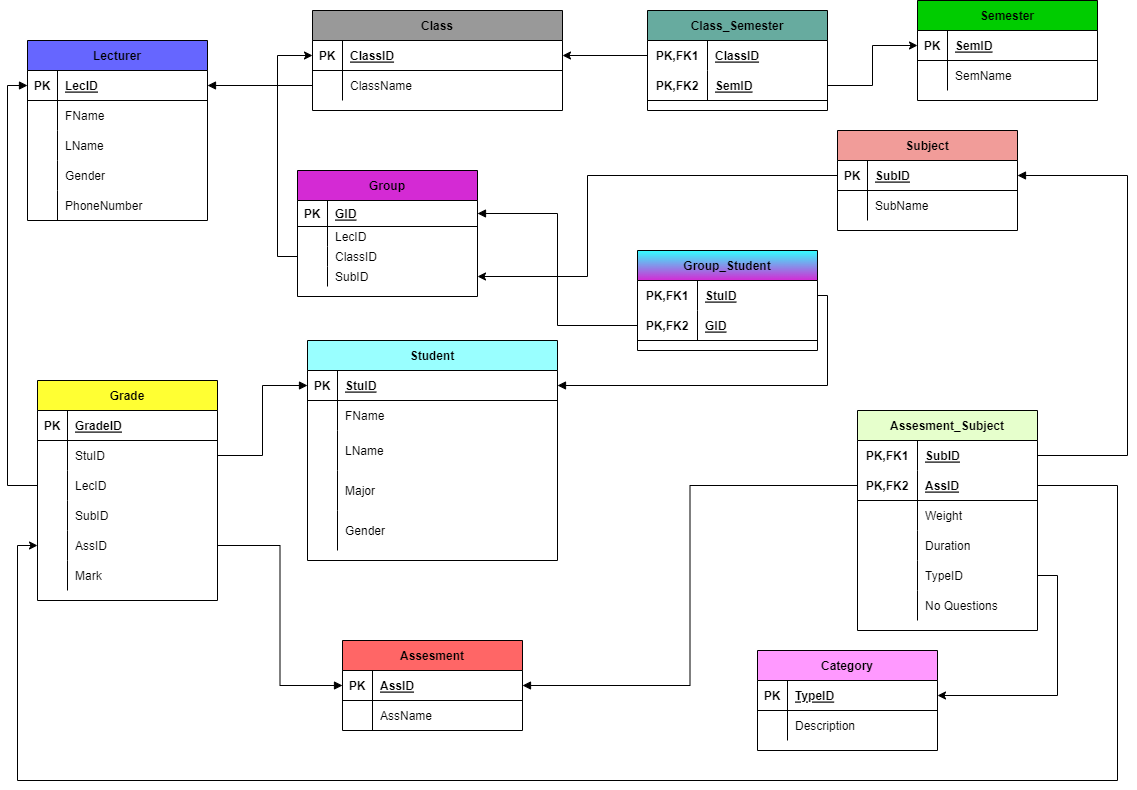
Earlier version of the draw.io export ERD Grading system -Page-1.drawio.png (anna161665/HE161665-IA1604-DBI202-ASM). Source tidied: cells renumbered, new cells last; positions are measured from the earlier drawing's top-left corner, leaving out a move shared by most shapes.
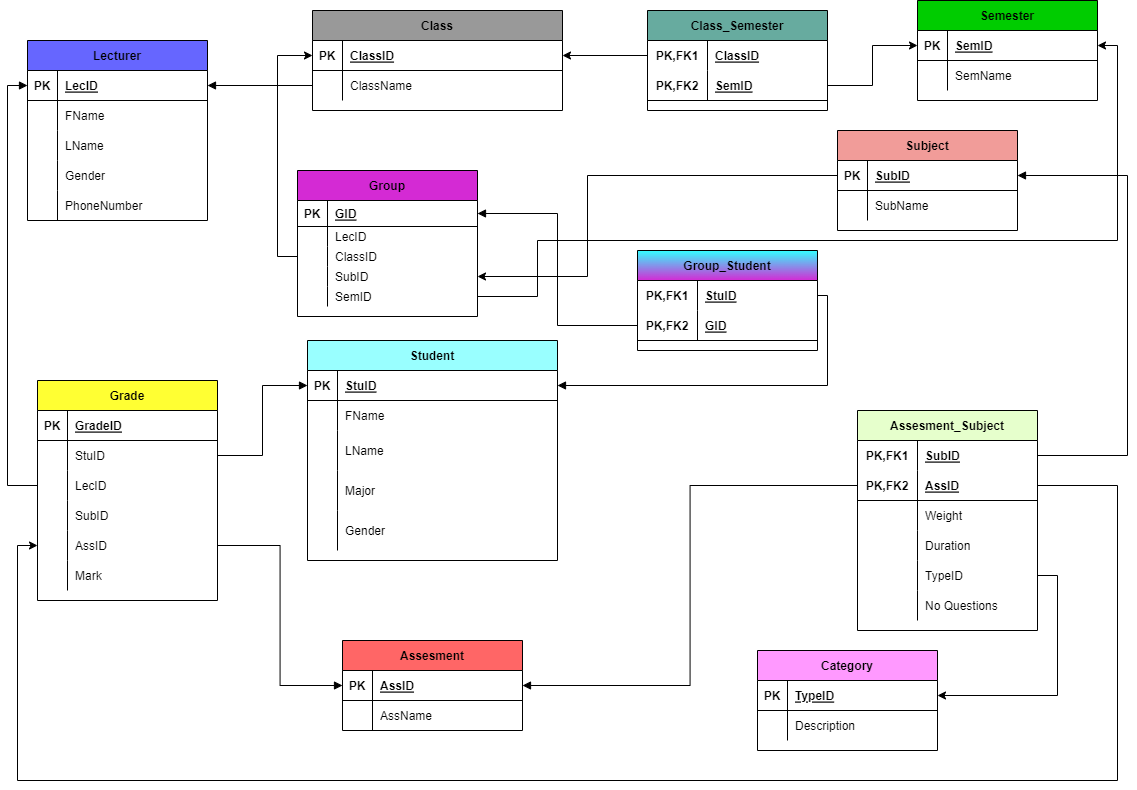
Later version of the same file.

What changed in the source:
```diff
@@ -347,7 +347,7 @@
       <mxGeometry relative="1" as="geometry" />
     </mxCell>
     <mxCell id="115" value="Group" style="shape=table;startSize=30;rowLines=0;fontStyle=1;align=center;fillColor=#D42AD4;gradientColor=none;" parent="1" vertex="1">
-      <mxGeometry x="280" y="170" width="180" height="126" as="geometry" />
+      <mxGeometry x="280" y="170" width="180" height="146" as="geometry" />
     </mxCell>
     <mxCell id="116" style="shape=tableRow;horizontal=0;startSize=0;swimlaneHead=0;swimlaneBody=0;fillColor=none;points=[[0,0.5],[1,0.5]];portConstraint=eastwest;top=0;left=0;right=0;bottom=1;" parent="115" vertex="1">
       <mxGeometry y="30" width="180" height="26" as="geometry" />
@@ -385,6 +385,15 @@
     <mxCell id="127" value="SubID" style="shape=partialRectangle;fillColor=none;top=0;left=0;bottom=0;right=0;align=left;spacingLeft=6;overflow=hidden;" parent="125" vertex="1">
       <mxGeometry x="30" width="150" height="20" as="geometry" />
     </mxCell>
+    <mxCell id="148" style="shape=tableRow;horizontal=0;startSize=0;swimlaneHead=0;swimlaneBody=0;fillColor=none;points=[[0,0.5],[1,0.5]];portConstraint=eastwest;top=0;left=0;right=0;bottom=0;" parent="115" vertex="1">
+      <mxGeometry y="116" width="180" height="20" as="geometry" />
+    </mxCell>
+    <mxCell id="149" style="shape=partialRectangle;fillColor=none;top=0;left=0;bottom=0;right=0;overflow=hidden;" parent="148" vertex="1">
+      <mxGeometry width="30" height="20" as="geometry" />
+    </mxCell>
+    <mxCell id="150" value="SemID" style="shape=partialRectangle;fillColor=none;top=0;left=0;bottom=0;right=0;align=left;spacingLeft=6;overflow=hidden;" parent="148" vertex="1">
+      <mxGeometry x="30" width="150" height="20" as="geometry" />
+    </mxCell>
     <mxCell id="128" style="edgeStyle=orthogonalEdgeStyle;rounded=0;jettySize=auto;html=1;exitX=0;exitY=0.5;exitDx=0;exitDy=0;entryX=0;entryY=0.5;entryDx=0;entryDy=0;fontFamily=Helvetica;fontSize=12;fontColor=default;" parent="1" edge="1" source="122" target="5">
       <mxGeometry relative="1" as="geometry" />
     </mxCell>
@@ -457,5 +466,15 @@
         </Array>
       </mxGeometry>
     </mxCell>
+    <mxCell id="151" style="edgeStyle=orthogonalEdgeStyle;rounded=0;jettySize=auto;html=1;entryX=1;entryY=0.5;entryDx=0;entryDy=0;" parent="1" edge="1" source="148" target="51">
+      <mxGeometry relative="1" as="geometry">
+        <Array as="points">
+          <mxPoint x="520" y="296" />
+          <mxPoint x="520" y="240" />
+          <mxPoint x="1100" y="240" />
+          <mxPoint x="1100" y="45" />
+        </Array>
+      </mxGeometry>
+    </mxCell>
   </root>
 </mxGraphModel>
```
